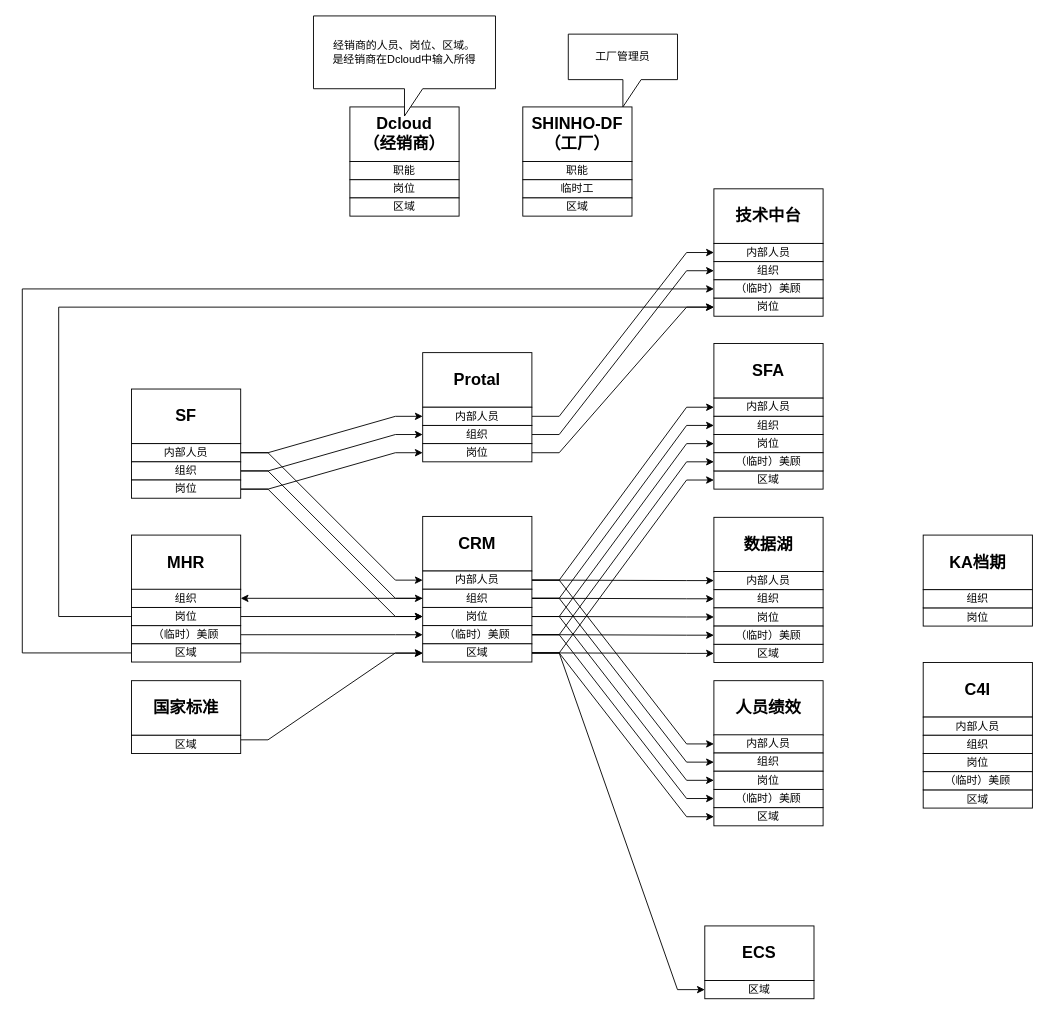
This is shinho/【0313】主数据（人）流转图.drawio from 18857545022/-, a draw.io file, before an edit. Source tidied: cells renumbered, new cells numbered last; positions are measured from the earlier drawing's top-left corner, leaving out a move shared by most shapes. Both pictures are drawn from the tidied source at 91%, with x=0, y=0 at pixel (22, 15).
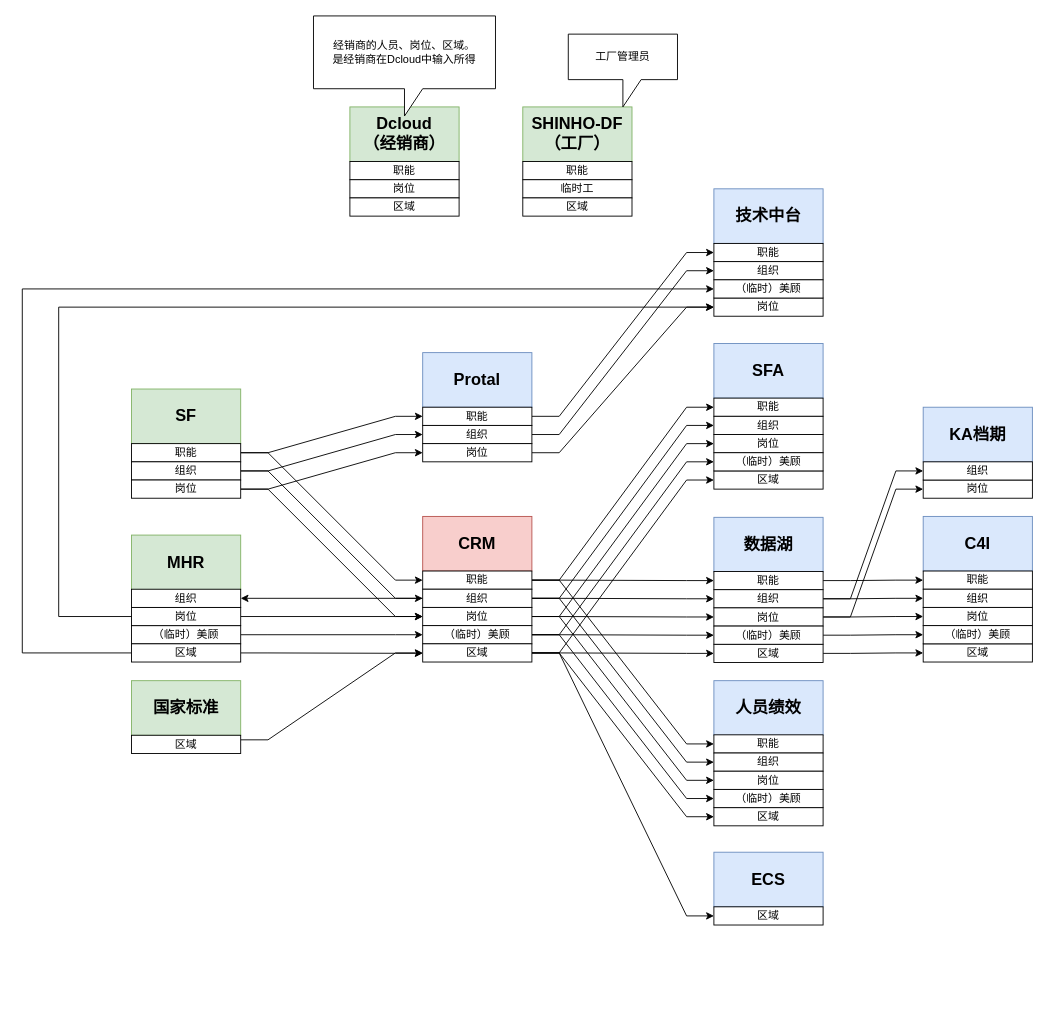
The same page after the edit.

Commit message (it also covers changes not shown here):
更新【0313】主数据（人）流转图.drawio

The change refers to these unchanged cells:
```xml
<mxCell id="64" value="组织" style="rounded=0;whiteSpace=wrap;html=1;" parent="1" vertex="1">
  <mxGeometry x="760" y="630.5" width="120" height="20" as="geometry" />
</mxCell>
<mxCell id="65" value="岗位" style="rounded=0;whiteSpace=wrap;html=1;" parent="1" vertex="1">
  <mxGeometry x="760" y="650.5" width="120" height="20" as="geometry" />
</mxCell>
<mxCell id="66" value="区域" style="rounded=0;whiteSpace=wrap;html=1;" parent="1" vertex="1">
  <mxGeometry x="760" y="690.5" width="120" height="20" as="geometry" />
</mxCell>
<mxCell id="67" value="（临时）美顾" style="rounded=0;whiteSpace=wrap;html=1;" parent="1" vertex="1">
  <mxGeometry x="760" y="670.5" width="120" height="20" as="geometry" />
</mxCell>
```

Change to the diagram source:
```diff
@@
-    <mxCell id="2" value="&lt;font style=&quot;font-size: 18px;&quot;&gt;&lt;b&gt;CRM&lt;/b&gt;&lt;/font&gt;" style="rounded=0;whiteSpace=wrap;html=1;" parent="1" vertex="1">
+    <mxCell id="2" value="&lt;font style=&quot;font-size: 18px;&quot;&gt;&lt;b&gt;CRM&lt;/b&gt;&lt;/font&gt;" style="rounded=0;whiteSpace=wrap;html=1;fillColor=#f8cecc;strokeColor=#b85450;" parent="1" vertex="1">
       <mxGeometry x="440" y="550" width="120" height="60" as="geometry" />
     </mxCell>
-    <mxCell id="3" value="&lt;span style=&quot;font-size: 18px;&quot;&gt;&lt;b&gt;SF&lt;/b&gt;&lt;/span&gt;" style="rounded=0;whiteSpace=wrap;html=1;" parent="1" vertex="1">
+    <mxCell id="3" value="&lt;span style=&quot;font-size: 18px;&quot;&gt;&lt;b&gt;SF&lt;/b&gt;&lt;/span&gt;" style="rounded=0;whiteSpace=wrap;html=1;fillColor=#d5e8d4;strokeColor=#82b366;" parent="1" vertex="1">
       <mxGeometry x="120" y="410" width="120" height="60" as="geometry" />
     </mxCell>
-    <mxCell id="4" value="&lt;span style=&quot;font-size: 18px;&quot;&gt;&lt;b&gt;数据湖&lt;/b&gt;&lt;/span&gt;" style="rounded=0;whiteSpace=wrap;html=1;" parent="1" vertex="1">
+    <mxCell id="4" value="&lt;span style=&quot;font-size: 18px;&quot;&gt;&lt;b&gt;数据湖&lt;/b&gt;&lt;/span&gt;" style="rounded=0;whiteSpace=wrap;html=1;fillColor=#dae8fc;strokeColor=#6c8ebf;" parent="1" vertex="1">
       <mxGeometry x="760" y="551" width="120" height="60" as="geometry" />
     </mxCell>
@@
-    <mxCell id="7" value="内部人员" style="rounded=0;whiteSpace=wrap;html=1;" parent="1" vertex="1">
+    <mxCell id="7" value="职能" style="rounded=0;whiteSpace=wrap;html=1;" parent="1" vertex="1">
       <mxGeometry x="120" y="470" width="120" height="20" as="geometry" />
     </mxCell>
@@
-    <mxCell id="17" value="内部人员" style="rounded=0;whiteSpace=wrap;html=1;" parent="1" vertex="1">
+    <mxCell id="17" value="职能" style="rounded=0;whiteSpace=wrap;html=1;" parent="1" vertex="1">
       <mxGeometry x="440" y="610" width="120" height="20" as="geometry" />
     </mxCell>
@@
-    <mxCell id="36" value="&lt;span style=&quot;font-size: 18px;&quot;&gt;&lt;b&gt;国家标准&lt;/b&gt;&lt;/span&gt;" style="rounded=0;whiteSpace=wrap;html=1;" parent="1" vertex="1">
+    <mxCell id="36" value="&lt;span style=&quot;font-size: 18px;&quot;&gt;&lt;b&gt;国家标准&lt;/b&gt;&lt;/span&gt;" style="rounded=0;whiteSpace=wrap;html=1;fillColor=#d5e8d4;strokeColor=#82b366;" parent="1" vertex="1">
       <mxGeometry x="120" y="730.5" width="120" height="60" as="geometry" />
     </mxCell>
@@
-    <mxCell id="39" value="&lt;span style=&quot;font-size: 18px;&quot;&gt;&lt;b&gt;SFA&lt;/b&gt;&lt;/span&gt;" style="rounded=0;whiteSpace=wrap;html=1;" parent="1" vertex="1">
+    <mxCell id="39" value="&lt;span style=&quot;font-size: 18px;&quot;&gt;&lt;b&gt;SFA&lt;/b&gt;&lt;/span&gt;" style="rounded=0;whiteSpace=wrap;html=1;fillColor=#dae8fc;strokeColor=#6c8ebf;" parent="1" vertex="1">
       <mxGeometry x="760" y="360" width="120" height="60" as="geometry" />
     </mxCell>
-    <mxCell id="40" value="&lt;span style=&quot;font-size: 18px;&quot;&gt;&lt;b&gt;MHR&lt;/b&gt;&lt;/span&gt;" style="rounded=0;whiteSpace=wrap;html=1;" parent="1" vertex="1">
+    <mxCell id="40" value="&lt;span style=&quot;font-size: 18px;&quot;&gt;&lt;b&gt;MHR&lt;/b&gt;&lt;/span&gt;" style="rounded=0;whiteSpace=wrap;html=1;fillColor=#d5e8d4;strokeColor=#82b366;" parent="1" vertex="1">
       <mxGeometry x="120" y="570.5" width="120" height="60" as="geometry" />
     </mxCell>
@@
-    <mxCell id="43" value="&lt;span style=&quot;font-size: 18px;&quot;&gt;&lt;b&gt;KA档期&lt;/b&gt;&lt;/span&gt;" style="rounded=0;whiteSpace=wrap;html=1;" parent="1" vertex="1">
-      <mxGeometry x="990" y="570.5" width="120" height="60" as="geometry" />
+    <mxCell id="43" value="&lt;span style=&quot;font-size: 18px;&quot;&gt;&lt;b&gt;KA档期&lt;/b&gt;&lt;/span&gt;" style="rounded=0;whiteSpace=wrap;html=1;fillColor=#dae8fc;strokeColor=#6c8ebf;" parent="1" vertex="1">
+      <mxGeometry x="990" y="430" width="120" height="60" as="geometry" />
     </mxCell>
     <mxCell id="44" value="岗位" style="rounded=0;whiteSpace=wrap;html=1;" parent="1" vertex="1">
-      <mxGeometry x="990" y="650.5" width="120" height="20" as="geometry" />
+      <mxGeometry x="990" y="510" width="120" height="20" as="geometry" />
     </mxCell>
     <mxCell id="45" value="组织" style="rounded=0;whiteSpace=wrap;html=1;" parent="1" vertex="1">
-      <mxGeometry x="990" y="630.5" width="120" height="20" as="geometry" />
+      <mxGeometry x="990" y="490" width="120" height="20" as="geometry" />
     </mxCell>
-    <mxCell id="46" value="&lt;span style=&quot;font-size: 18px;&quot;&gt;&lt;b&gt;ECS&lt;/b&gt;&lt;/span&gt;" style="rounded=0;whiteSpace=wrap;html=1;" parent="1" vertex="1">
-      <mxGeometry x="750" y="1000" width="120" height="60" as="geometry" />
+    <mxCell id="46" value="&lt;span style=&quot;font-size: 18px;&quot;&gt;&lt;b&gt;ECS&lt;/b&gt;&lt;/span&gt;" style="rounded=0;whiteSpace=wrap;html=1;fillColor=#dae8fc;strokeColor=#6c8ebf;" parent="1" vertex="1">
+      <mxGeometry x="760" y="919" width="120" height="60" as="geometry" />
     </mxCell>
     <mxCell id="47" value="区域" style="rounded=0;whiteSpace=wrap;html=1;" parent="1" vertex="1">
-      <mxGeometry x="750" y="1060" width="120" height="20" as="geometry" />
+      <mxGeometry x="760" y="979" width="120" height="20" as="geometry" />
     </mxCell>
-    <mxCell id="48" value="内部人员" style="rounded=0;whiteSpace=wrap;html=1;" parent="1" vertex="1">
+    <mxCell id="48" value="职能" style="rounded=0;whiteSpace=wrap;html=1;" parent="1" vertex="1">
       <mxGeometry x="760" y="420" width="120" height="20" as="geometry" />
     </mxCell>
@@
-    <mxCell id="53" value="&lt;font style=&quot;font-size: 18px;&quot;&gt;&lt;b&gt;Dcloud&lt;br&gt;（经销商）&lt;/b&gt;&lt;/font&gt;" style="rounded=0;whiteSpace=wrap;html=1;" parent="1" vertex="1">
+    <mxCell id="53" value="&lt;font style=&quot;font-size: 18px;&quot;&gt;&lt;b&gt;Dcloud&lt;br&gt;（经销商）&lt;/b&gt;&lt;/font&gt;" style="rounded=0;whiteSpace=wrap;html=1;fillColor=#d5e8d4;strokeColor=#82b366;" parent="1" vertex="1">
       <mxGeometry x="360" y="100" width="120" height="60" as="geometry" />
     </mxCell>
@@
-    <mxCell id="57" value="&lt;span style=&quot;font-size: 18px;&quot;&gt;&lt;b&gt;C4I&lt;/b&gt;&lt;/span&gt;" style="rounded=0;whiteSpace=wrap;html=1;" parent="1" vertex="1">
-      <mxGeometry x="990" y="710.5" width="120" height="60" as="geometry" />
+    <mxCell id="57" value="&lt;span style=&quot;font-size: 18px;&quot;&gt;&lt;b&gt;C4I&lt;/b&gt;&lt;/span&gt;" style="rounded=0;whiteSpace=wrap;html=1;fillColor=#dae8fc;strokeColor=#6c8ebf;" parent="1" vertex="1">
+      <mxGeometry x="990" y="550" width="120" height="60" as="geometry" />
     </mxCell>
-    <mxCell id="58" value="内部人员" style="rounded=0;whiteSpace=wrap;html=1;" parent="1" vertex="1">
-      <mxGeometry x="990" y="770.5" width="120" height="20" as="geometry" />
+    <mxCell id="58" value="职能" style="rounded=0;whiteSpace=wrap;html=1;" parent="1" vertex="1">
+      <mxGeometry x="990" y="610" width="120" height="20" as="geometry" />
     </mxCell>
     <mxCell id="59" value="组织" style="rounded=0;whiteSpace=wrap;html=1;" parent="1" vertex="1">
-      <mxGeometry x="990" y="790.5" width="120" height="20" as="geometry" />
+      <mxGeometry x="990" y="630" width="120" height="20" as="geometry" />
     </mxCell>
     <mxCell id="60" value="岗位" style="rounded=0;whiteSpace=wrap;html=1;" parent="1" vertex="1">
-      <mxGeometry x="990" y="810.5" width="120" height="20" as="geometry" />
+      <mxGeometry x="990" y="650" width="120" height="20" as="geometry" />
     </mxCell>
     <mxCell id="61" value="区域" style="rounded=0;whiteSpace=wrap;html=1;" parent="1" vertex="1">
-      <mxGeometry x="990" y="850.5" width="120" height="20" as="geometry" />
+      <mxGeometry x="990" y="690" width="120" height="20" as="geometry" />
     </mxCell>
     <mxCell id="62" value="（临时）美顾" style="rounded=0;whiteSpace=wrap;html=1;" parent="1" vertex="1">
-      <mxGeometry x="990" y="830.5" width="120" height="20" as="geometry" />
+      <mxGeometry x="990" y="670" width="120" height="20" as="geometry" />
     </mxCell>
+    <mxCell id="99" style="edgeStyle=entityRelationEdgeStyle;rounded=0;jettySize=auto;html=1;exitX=1;exitY=0.5;exitDx=0;exitDy=0;entryX=0;entryY=0.5;entryDx=0;entryDy=0;elbow=vertical;" parent="1" edge="1" source="63" target="58">
+      <mxGeometry relative="1" as="geometry" />
+    </mxCell>
-    <mxCell id="63" value="内部人员" style="rounded=0;whiteSpace=wrap;html=1;" parent="1" vertex="1">
+    <mxCell id="63" value="职能" style="rounded=0;whiteSpace=wrap;html=1;" parent="1" vertex="1">
       <mxGeometry x="760" y="610.5" width="120" height="20" as="geometry" />
     </mxCell>
+    <mxCell id="100" style="edgeStyle=entityRelationEdgeStyle;rounded=0;jettySize=auto;html=1;exitX=1;exitY=0.5;exitDx=0;exitDy=0;entryX=0;entryY=0.5;entryDx=0;entryDy=0;elbow=vertical;" parent="1" edge="1" source="64" target="59">
+      <mxGeometry relative="1" as="geometry" />
+    </mxCell>
+    <mxCell id="101" style="edgeStyle=entityRelationEdgeStyle;rounded=0;jettySize=auto;html=1;exitX=1;exitY=0.5;exitDx=0;exitDy=0;entryX=0;entryY=0.5;entryDx=0;entryDy=0;elbow=vertical;" parent="1" edge="1" source="64" target="45">
+      <mxGeometry relative="1" as="geometry" />
+    </mxCell>
@@
+    <mxCell id="102" style="edgeStyle=entityRelationEdgeStyle;rounded=0;jettySize=auto;html=1;exitX=1;exitY=0.5;exitDx=0;exitDy=0;entryX=0;entryY=0.5;entryDx=0;entryDy=0;elbow=vertical;" parent="1" edge="1" source="65" target="60">
+      <mxGeometry relative="1" as="geometry" />
+    </mxCell>
+    <mxCell id="103" style="edgeStyle=entityRelationEdgeStyle;rounded=0;jettySize=auto;html=1;exitX=1;exitY=0.5;exitDx=0;exitDy=0;entryX=0;entryY=0.5;entryDx=0;entryDy=0;elbow=vertical;" parent="1" edge="1" source="65" target="44">
+      <mxGeometry relative="1" as="geometry" />
+    </mxCell>
@@
+    <mxCell id="104" style="edgeStyle=entityRelationEdgeStyle;rounded=0;jettySize=auto;html=1;exitX=1;exitY=0.5;exitDx=0;exitDy=0;entryX=0;entryY=0.5;entryDx=0;entryDy=0;elbow=vertical;" parent="1" edge="1" source="66" target="61">
+      <mxGeometry relative="1" as="geometry" />
+    </mxCell>
@@
+    <mxCell id="105" style="edgeStyle=entityRelationEdgeStyle;rounded=0;jettySize=auto;html=1;exitX=1;exitY=0.5;exitDx=0;exitDy=0;entryX=0;entryY=0.5;entryDx=0;entryDy=0;elbow=vertical;" parent="1" edge="1" source="67" target="62">
+      <mxGeometry relative="1" as="geometry" />
+    </mxCell>
@@
-    <mxCell id="69" value="&lt;span style=&quot;font-size: 18px;&quot;&gt;&lt;b&gt;Protal&lt;/b&gt;&lt;/span&gt;" style="rounded=0;whiteSpace=wrap;html=1;" parent="1" vertex="1">
+    <mxCell id="69" value="&lt;span style=&quot;font-size: 18px;&quot;&gt;&lt;b&gt;Protal&lt;/b&gt;&lt;/span&gt;" style="rounded=0;whiteSpace=wrap;html=1;fillColor=#dae8fc;strokeColor=#6c8ebf;" parent="1" vertex="1">
       <mxGeometry x="440" y="370" width="120" height="60" as="geometry" />
     </mxCell>
@@
-    <mxCell id="71" value="内部人员" style="rounded=0;whiteSpace=wrap;html=1;" parent="1" vertex="1">
+    <mxCell id="71" value="职能" style="rounded=0;whiteSpace=wrap;html=1;" parent="1" vertex="1">
       <mxGeometry x="440" y="430" width="120" height="20" as="geometry" />
     </mxCell>
@@
-    <mxCell id="83" value="&lt;span style=&quot;font-size: 18px;&quot;&gt;&lt;b&gt;人员绩效&lt;/b&gt;&lt;/span&gt;" style="rounded=0;whiteSpace=wrap;html=1;" parent="1" vertex="1">
+    <mxCell id="83" value="&lt;span style=&quot;font-size: 18px;&quot;&gt;&lt;b&gt;人员绩效&lt;/b&gt;&lt;/span&gt;" style="rounded=0;whiteSpace=wrap;html=1;fillColor=#dae8fc;strokeColor=#6c8ebf;" parent="1" vertex="1">
       <mxGeometry x="760" y="730.5" width="120" height="60" as="geometry" />
     </mxCell>
-    <mxCell id="84" value="内部人员" style="rounded=0;whiteSpace=wrap;html=1;" parent="1" vertex="1">
+    <mxCell id="84" value="职能" style="rounded=0;whiteSpace=wrap;html=1;" parent="1" vertex="1">
       <mxGeometry x="760" y="790" width="120" height="20" as="geometry" />
     </mxCell>
@@
-    <mxCell id="89" value="&lt;span style=&quot;font-size: 18px;&quot;&gt;&lt;b&gt;SHINHO-DF（工厂）&lt;/b&gt;&lt;/span&gt;" style="rounded=0;whiteSpace=wrap;html=1;" parent="1" vertex="1">
+    <mxCell id="89" value="&lt;span style=&quot;font-size: 18px;&quot;&gt;&lt;b&gt;SHINHO-DF（工厂）&lt;/b&gt;&lt;/span&gt;" style="rounded=0;whiteSpace=wrap;html=1;fillColor=#d5e8d4;strokeColor=#82b366;" parent="1" vertex="1">
       <mxGeometry x="550" y="100" width="120" height="60" as="geometry" />
     </mxCell>
@@
-    <mxCell id="94" value="&lt;span style=&quot;font-size: 18px;&quot;&gt;&lt;b&gt;技术中台&lt;/b&gt;&lt;/span&gt;" style="rounded=0;whiteSpace=wrap;html=1;" parent="1" vertex="1">
+    <mxCell id="94" value="&lt;span style=&quot;font-size: 18px;&quot;&gt;&lt;b&gt;技术中台&lt;/b&gt;&lt;/span&gt;" style="rounded=0;whiteSpace=wrap;html=1;fillColor=#dae8fc;strokeColor=#6c8ebf;" parent="1" vertex="1">
       <mxGeometry x="760" y="190" width="120" height="60" as="geometry" />
     </mxCell>
-    <mxCell id="95" value="内部人员" style="rounded=0;whiteSpace=wrap;html=1;" parent="1" vertex="1">
+    <mxCell id="95" value="职能" style="rounded=0;whiteSpace=wrap;html=1;" parent="1" vertex="1">
       <mxGeometry x="760" y="250" width="120" height="20" as="geometry" />
     </mxCell>
```
